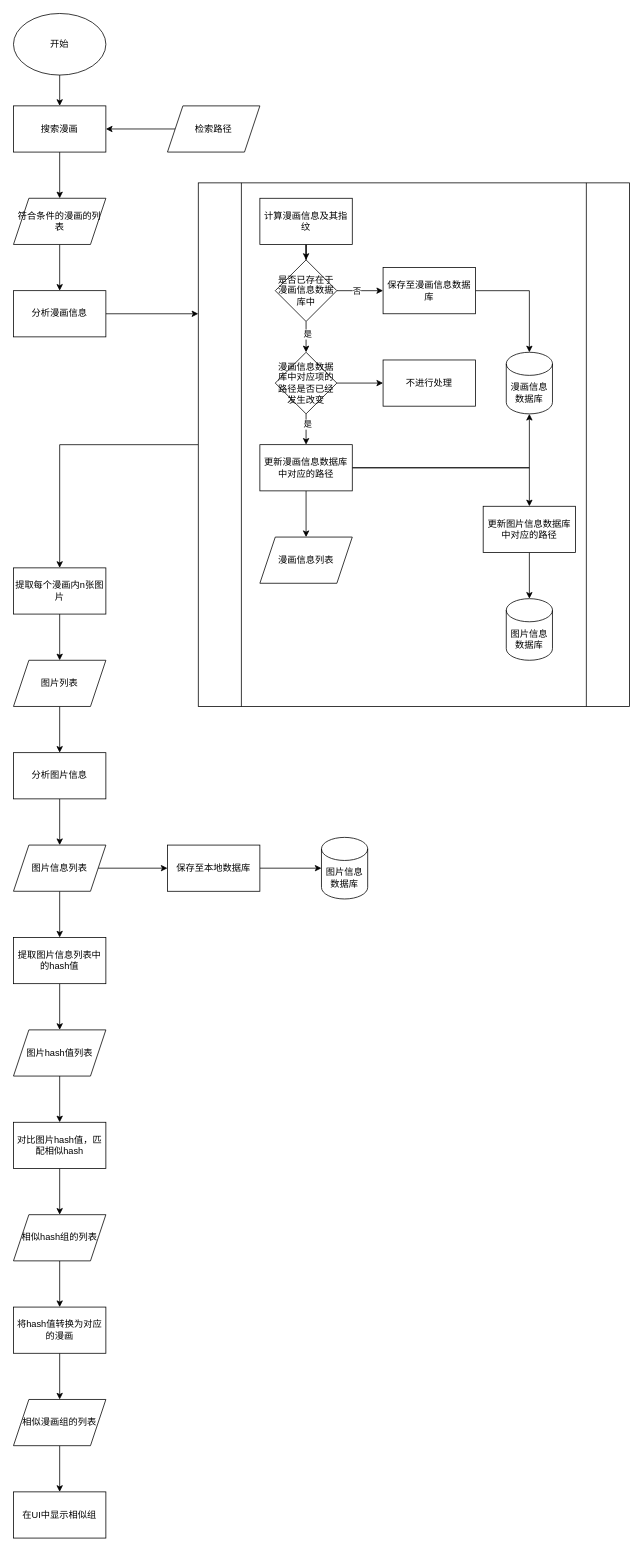
PPJUST/ComicDup keeps this draw.io diagram as ComicDup diagram.drawio. Above is the earlier version. Source tidied: cells renumbered, new cells numbered last; positions are measured from the earlier drawing's top-left corner, leaving out a move shared by most shapes. Both pictures are drawn from the tidied source at 77%, with x=0, y=0 at pixel (13, 13).
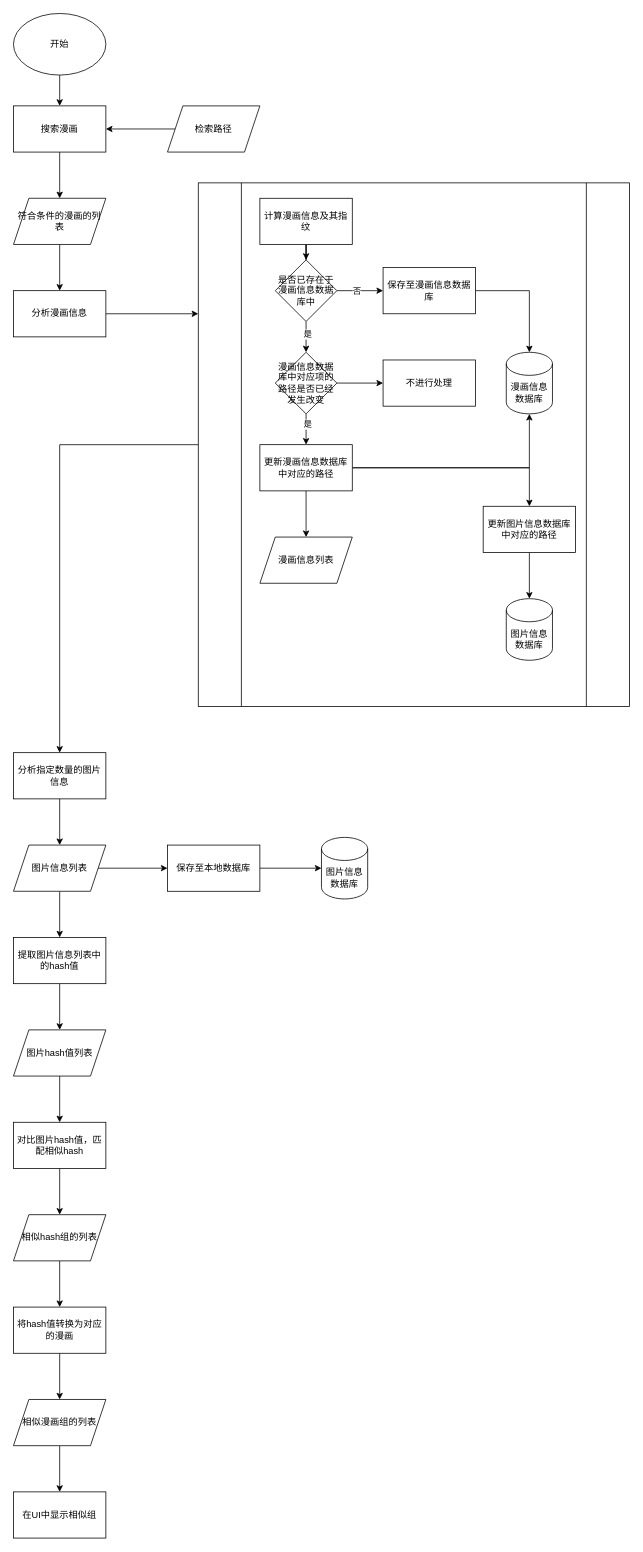
After the change.

The change refers to these unchanged cells:
```xml
<mxCell id="3" style="shape=process;whiteSpace=wrap;html=1;backgroundOutline=1;" parent="1" vertex="1">
  <mxGeometry x="240" y="220" width="560" height="680" as="geometry" />
</mxCell>
```

The edit, as a diff of the source:
```diff
@@
-    <mxCell id="2" style="edgeStyle=orthogonalEdgeStyle;rounded=0;jettySize=auto;html=1;entryX=0.5;entryY=0;entryDx=0;entryDy=0;" parent="1" edge="1" source="3" target="16">
-      <mxGeometry relative="1" as="geometry" />
-    </mxCell>
+    <mxCell id="62" style="edgeStyle=orthogonalEdgeStyle;rounded=0;jettySize=auto;html=1;" parent="1" edge="1" source="3" target="20">
+      <mxGeometry relative="1" as="geometry" />
+    </mxCell>
@@
-    <mxCell id="15" style="edgeStyle=orthogonalEdgeStyle;rounded=0;jettySize=auto;html=1;" parent="1" edge="1" source="16" target="18">
-      <mxGeometry relative="1" as="geometry" />
-    </mxCell>
-    <mxCell id="16" value="提取每个漫画内n张图片" style="rounded=0;whiteSpace=wrap;html=1;" parent="1" vertex="1">
-      <mxGeometry y="720" width="120" height="60" as="geometry" />
-    </mxCell>
-    <mxCell id="17" style="edgeStyle=orthogonalEdgeStyle;rounded=0;jettySize=auto;html=1;" parent="1" edge="1" source="18" target="20">
-      <mxGeometry relative="1" as="geometry" />
-    </mxCell>
-    <mxCell id="18" value="图片列表" style="shape=parallelogram;perimeter=parallelogramPerimeter;whiteSpace=wrap;html=1;fixedSize=1;" parent="1" vertex="1">
-      <mxGeometry y="840" width="120" height="60" as="geometry" />
-    </mxCell>
@@
-    <mxCell id="20" value="分析图片信息" style="rounded=0;whiteSpace=wrap;html=1;" parent="1" vertex="1">
+    <mxCell id="20" value="分析指定数量的图片信息" style="rounded=0;whiteSpace=wrap;html=1;" parent="1" vertex="1">
       <mxGeometry y="960" width="120" height="60" as="geometry" />
     </mxCell>
```
